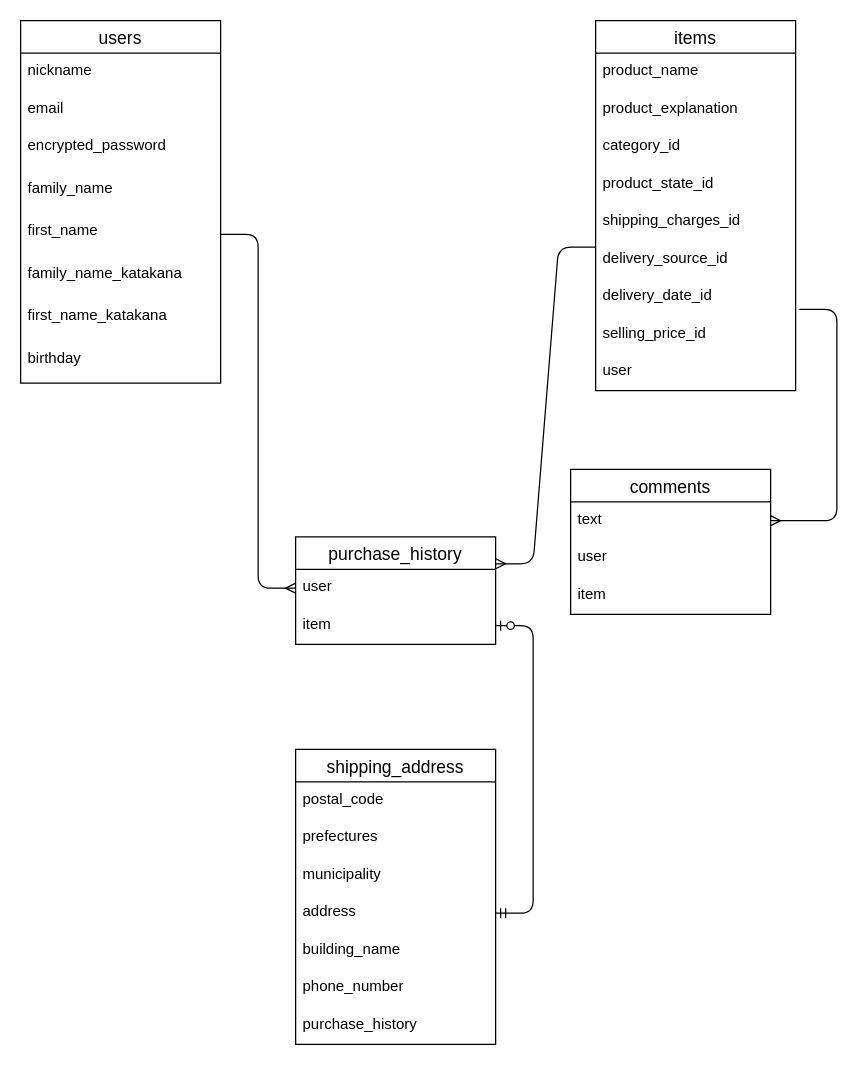
Above: test.dio in kuniterukbo/furima-32573 (draw.io), before the change. Source tidied: cells renumbered, new cells numbered last; positions are measured from the earlier drawing's top-left corner, leaving out a move shared by most shapes. Both pictures are drawn from the tidied source at 125%, with x=0, y=0 at pixel (20, 20).
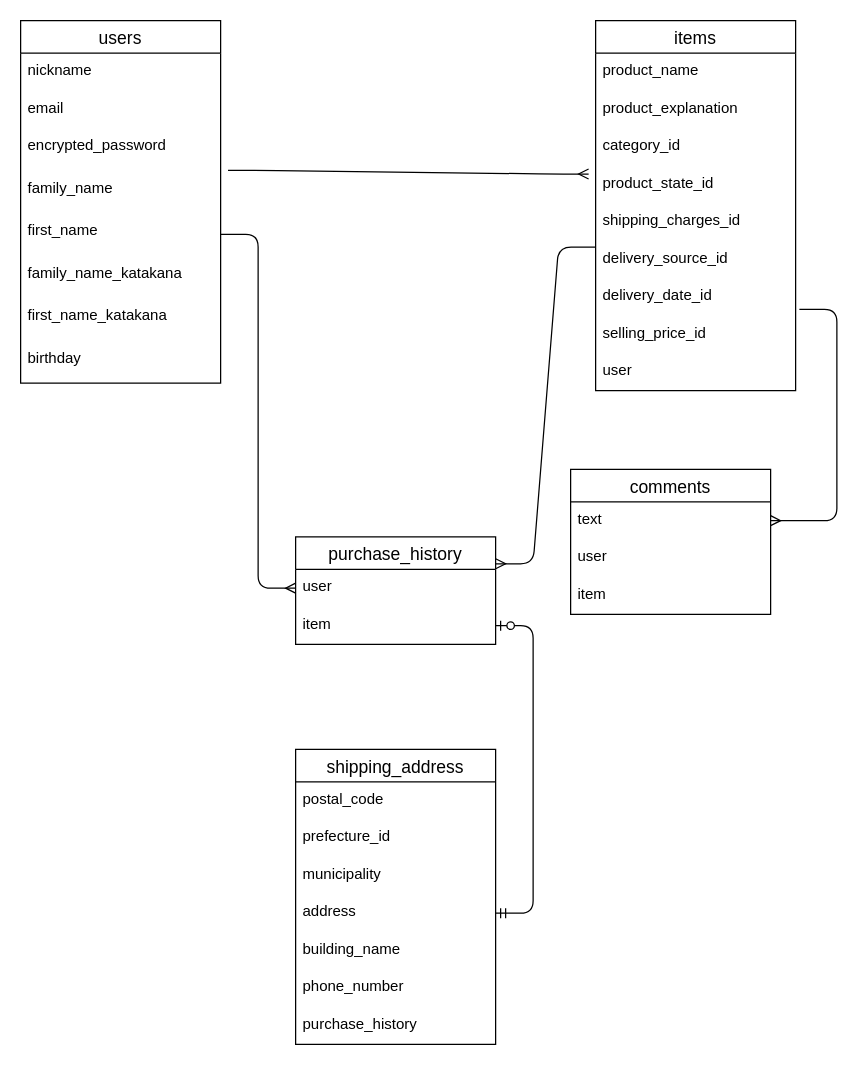
The same diagram, later.

The change refers to these unchanged cells:
```xml
<mxCell id="6" value="family_name " style="text;strokeColor=none;fillColor=none;spacingLeft=4;spacingRight=4;overflow=hidden;points=[[0,0.5],[1,0.5]];portConstraint=eastwest;fontSize=12;" parent="2" vertex="1">
  <mxGeometry y="120" width="160" height="34" as="geometry" />
</mxCell>
<mxCell id="15" value="product_state_id" style="text;strokeColor=none;fillColor=none;spacingLeft=4;spacingRight=4;overflow=hidden;points=[[0,0.5],[1,0.5]];portConstraint=eastwest;fontSize=12;" parent="11" vertex="1">
  <mxGeometry y="116" width="160" height="30" as="geometry" />
</mxCell>
<mxCell id="24" value="shipping_address" style="swimlane;fontStyle=0;horizontal=1;startSize=26;align=center;fontSize=14;" parent="1" vertex="1">
  <mxGeometry x="220" y="583" width="160" height="236" as="geometry" />
</mxCell>
```

Change to the diagram source:
```diff
@@
-    <mxCell id="26" value="prefectures" style="text;strokeColor=none;fillColor=none;spacingLeft=4;spacingRight=4;overflow=hidden;fontSize=12;" parent="24" vertex="1">
+    <mxCell id="26" value="prefecture_id" style="text;strokeColor=none;fillColor=none;spacingLeft=4;spacingRight=4;overflow=hidden;fontSize=12;" parent="24" vertex="1">
       <mxGeometry y="56" width="160" height="30" as="geometry" />
     </mxCell>
@@
+    <mxCell id="40" style="edgeStyle=entityRelationEdgeStyle;fontSize=12;html=1;endArrow=ERmany;exitX=1.037;exitY=-0.004;exitDx=0;exitDy=0;exitPerimeter=0;entryX=-0.035;entryY=0.224;entryDx=0;entryDy=0;entryPerimeter=0;" parent="1" edge="1" source="6" target="15">
+      <mxGeometry relative="1" as="geometry" />
+    </mxCell>
```
